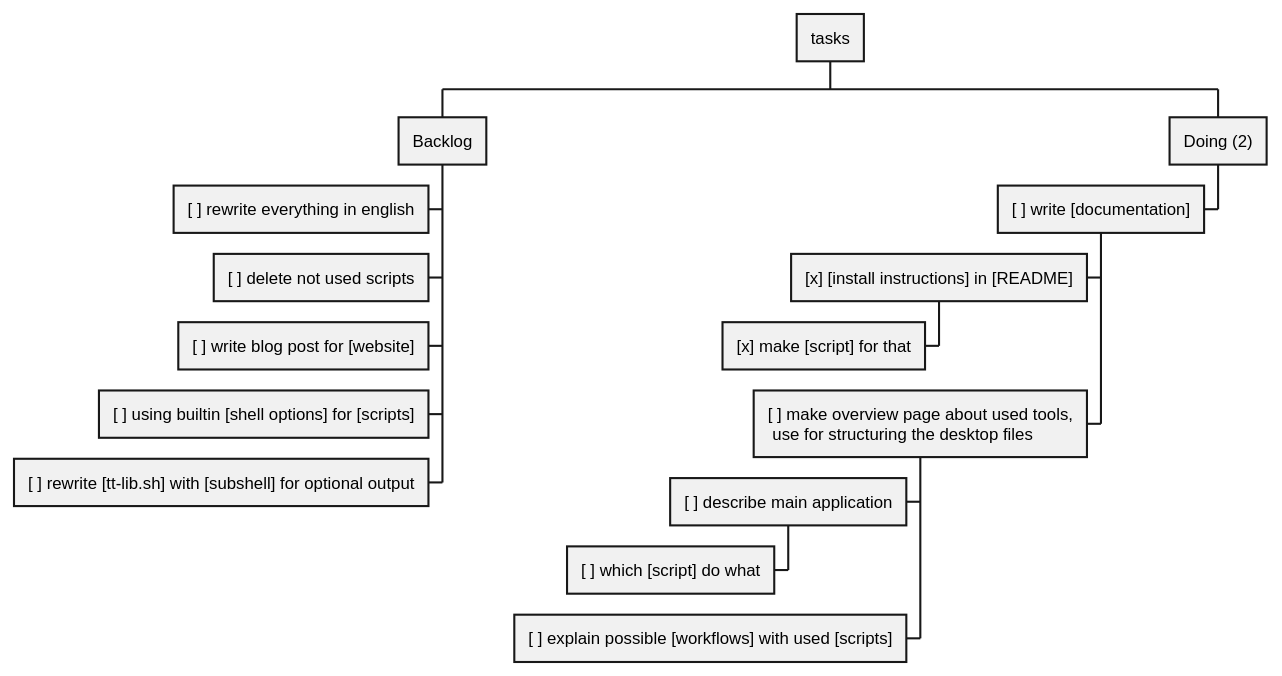
This is CHANGELOG-JOURNAL/kanboard.svg from christiang7/ToText, a PlantUML export, as it was before one commit.
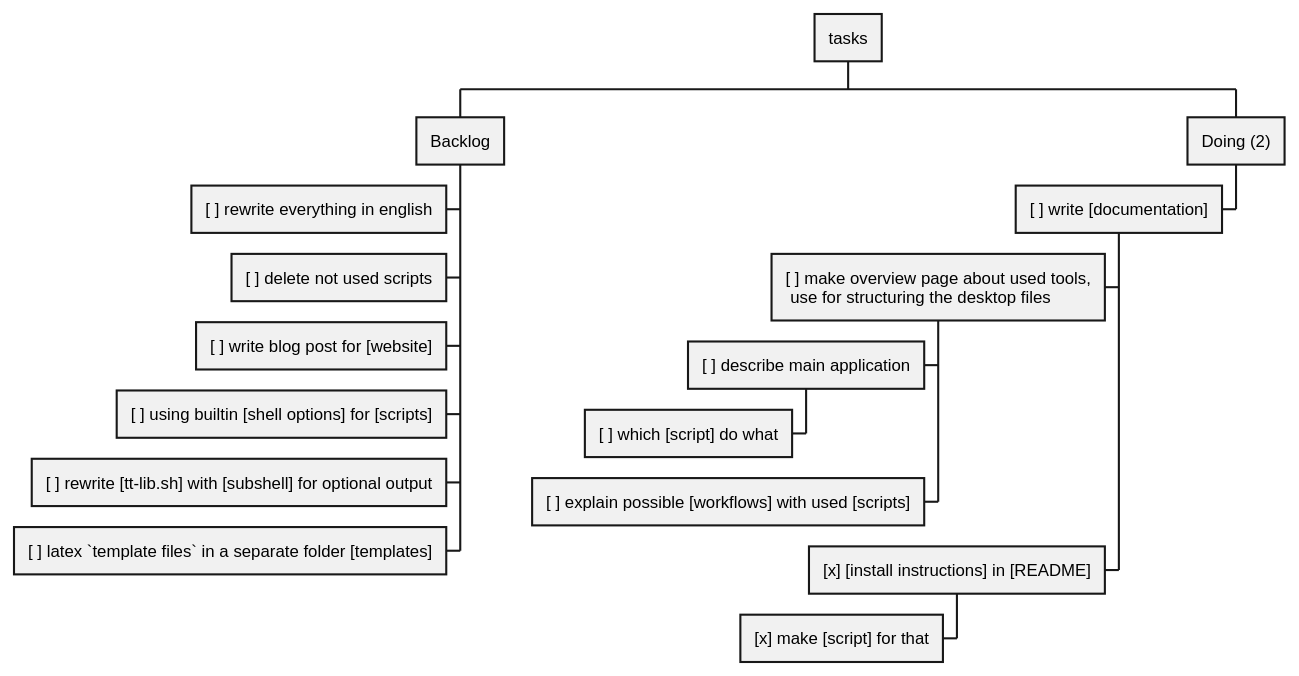
The same file after the commit.

The edit, as a diff of the source:
```diff
@@ -6,12 +6,13 @@
   - [ ] write blog post for [website]
   - [ ] using builtin [shell options] for [scripts]
   - [ ] rewrite [tt-lib.sh] with [subshell] for optional output
+  - [ ] latex `template files` in a separate folder [templates]
  + Doing (2)
   - [ ] write [documentation]
-   - [x] [install instructions] in [README]
-    - [x] make [script] for that
    - [ ] make overview page about used tools,\n use for structuring the desktop files
     - [ ] describe main application
      - [ ] which [script] do what
     - [ ] explain possible [workflows] with used [scripts]
+   - [x] [install instructions] in [README]
+    - [x] make [script] for that
 @endwbs
```
